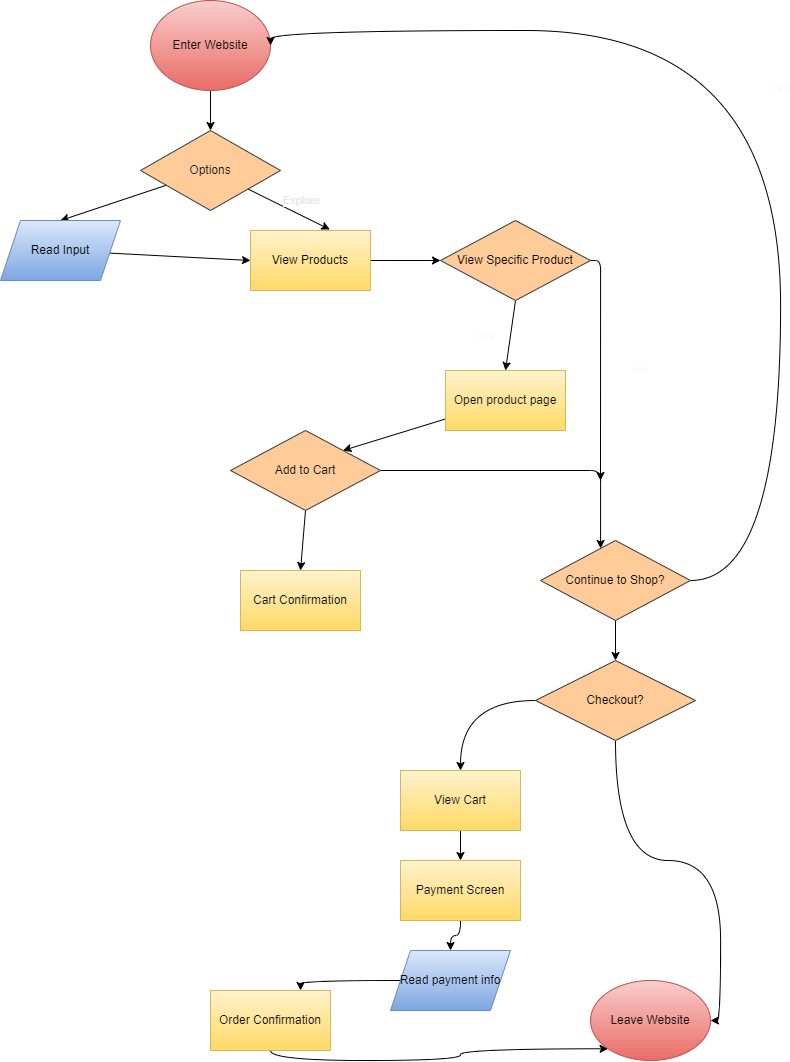
Before: explore/diagramming/diagram.drawio.png, a diagram exported from draw.io (AstralWin/fa22-cse110-lab4). Source tidied: cells renumbered, new cells last; positions are measured from the earlier drawing's top-left corner, leaving out a move shared by most shapes.
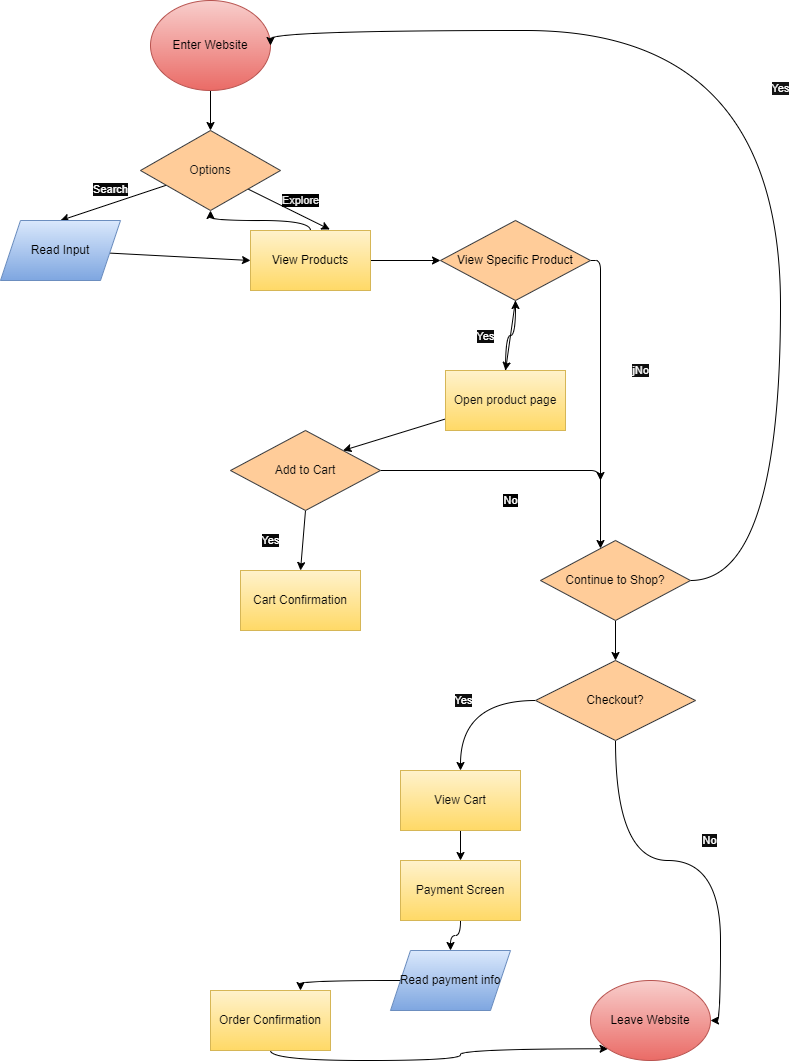
Later version of the same file.

Diff of the diagram source:
```diff
@@ -2,37 +2,40 @@
   <root>
     <mxCell id="0" />
     <mxCell id="1" parent="0" />
-    <mxCell id="2" style="edgeStyle=none;html=1;fontColor=#141414;" parent="1" edge="1" source="3" target="6">
+    <mxCell id="2" style="edgeStyle=none;html=1;fontColor=#141414;labelBackgroundColor=#FFFFFF;" parent="1" edge="1" source="3" target="6">
       <mxGeometry relative="1" as="geometry" />
     </mxCell>
     <mxCell id="3" value="Enter Website" style="ellipse;whiteSpace=wrap;html=1;fillColor=#f8cecc;strokeColor=#b85450;gradientColor=#ea6b66;" parent="1" vertex="1">
       <mxGeometry x="150" width="120" height="90" as="geometry" />
     </mxCell>
-    <mxCell id="4" value="&lt;font color=&quot;#ffffff&quot;&gt;Search&lt;/font&gt;" style="edgeStyle=none;html=1;entryX=0.5;entryY=0;entryDx=0;entryDy=0;fontColor=#141414;" parent="1" edge="1" source="6" target="8">
+    <mxCell id="4" value="&lt;font color=&quot;#ffffff&quot;&gt;Search&lt;/font&gt;" style="edgeStyle=none;html=1;entryX=0.5;entryY=0;entryDx=0;entryDy=0;fontColor=#141414;labelBackgroundColor=#080808;" parent="1" edge="1" source="6" target="8">
       <mxGeometry x="-0.02" y="-13" relative="1" as="geometry" />
     </mxCell>
-    <mxCell id="5" value="Explore" style="edgeStyle=none;html=1;entryX=0.661;entryY=-0.017;entryDx=0;entryDy=0;entryPerimeter=0;fontColor=#E8E8E8;" parent="1" edge="1" source="6" target="10">
+    <mxCell id="5" value="Explore" style="edgeStyle=none;html=1;entryX=0.661;entryY=-0.017;entryDx=0;entryDy=0;entryPerimeter=0;fontColor=#E8E8E8;labelBackgroundColor=#000000;" parent="1" edge="1" source="6" target="10">
       <mxGeometry x="0.14" y="13" relative="1" as="geometry" />
     </mxCell>
     <mxCell id="6" value="Options" style="rhombus;whiteSpace=wrap;html=1;fillColor=#ffcc99;strokeColor=#36393d;fontColor=#141414;" parent="1" vertex="1">
       <mxGeometry x="140" y="130" width="140" height="80" as="geometry" />
     </mxCell>
-    <mxCell id="7" style="edgeStyle=none;html=1;entryX=0;entryY=0.5;entryDx=0;entryDy=0;fontColor=#E8E8E8;" parent="1" edge="1" source="8" target="10">
+    <mxCell id="7" style="edgeStyle=none;html=1;entryX=0;entryY=0.5;entryDx=0;entryDy=0;fontColor=#E8E8E8;labelBackgroundColor=#FFFFFF;" parent="1" edge="1" source="8" target="10">
       <mxGeometry relative="1" as="geometry" />
     </mxCell>
     <mxCell id="8" value="Read Input" style="shape=parallelogram;perimeter=parallelogramPerimeter;whiteSpace=wrap;html=1;fixedSize=1;fillColor=#dae8fc;gradientColor=#7ea6e0;strokeColor=#6c8ebf;" parent="1" vertex="1">
       <mxGeometry y="220" width="120" height="60" as="geometry" />
     </mxCell>
-    <mxCell id="9" style="edgeStyle=none;html=1;entryX=0;entryY=0.5;entryDx=0;entryDy=0;fontColor=#000000;" parent="1" edge="1" source="10" target="13">
+    <mxCell id="9" style="edgeStyle=none;html=1;entryX=0;entryY=0.5;entryDx=0;entryDy=0;fontColor=#000000;labelBackgroundColor=#FFFFFF;" parent="1" edge="1" source="10" target="13">
       <mxGeometry relative="1" as="geometry" />
     </mxCell>
+    <mxCell id="35" style="edgeStyle=orthogonalEdgeStyle;curved=1;html=1;labelBackgroundColor=#080808;fontColor=#FFFFFF;" parent="1" edge="1" source="10" target="6">
+      <mxGeometry relative="1" as="geometry" />
+    </mxCell>
     <mxCell id="10" value="View Products" style="rounded=0;whiteSpace=wrap;html=1;fillColor=#fff2cc;strokeColor=#d6b656;gradientColor=#ffd966;fontColor=#000000;" parent="1" vertex="1">
       <mxGeometry x="250" y="230" width="120" height="60" as="geometry" />
     </mxCell>
-    <mxCell id="11" value="Yes" style="edgeStyle=none;html=1;exitX=0.5;exitY=1;exitDx=0;exitDy=0;entryX=0.5;entryY=0;entryDx=0;entryDy=0;fontColor=#FAFAFA;" parent="1" edge="1" source="13" target="15">
+    <mxCell id="11" value="Yes" style="edgeStyle=none;html=1;exitX=0.5;exitY=1;exitDx=0;exitDy=0;entryX=0.5;entryY=0;entryDx=0;entryDy=0;fontColor=#FAFAFA;labelBackgroundColor=#0D0D0D;" parent="1" edge="1" source="13" target="15">
       <mxGeometry x="0.14" y="-25" relative="1" as="geometry" />
     </mxCell>
-    <mxCell id="12" value="jNo" style="html=1;fontColor=#FAFAFA;edgeStyle=orthogonalEdgeStyle;" parent="1" edge="1" source="13">
+    <mxCell id="12" value="jNo" style="html=1;fontColor=#FAFAFA;edgeStyle=orthogonalEdgeStyle;labelBackgroundColor=#0F0F0F;" parent="1" edge="1" source="13">
       <mxGeometry x="0.04" y="40" relative="1" as="geometry">
         <mxPoint x="600" y="480" as="targetPoint" />
       </mxGeometry>
@@ -40,18 +43,21 @@
     <mxCell id="13" value="View Specific Product" style="rhombus;whiteSpace=wrap;html=1;fillColor=#ffcc99;strokeColor=#36393d;fontColor=#000000;" parent="1" vertex="1">
       <mxGeometry x="440" y="220" width="150" height="80" as="geometry" />
     </mxCell>
-    <mxCell id="14" style="edgeStyle=none;html=1;entryX=1;entryY=0;entryDx=0;entryDy=0;fontColor=#0D0D0D;" parent="1" edge="1" source="15" target="18">
+    <mxCell id="14" style="edgeStyle=none;html=1;entryX=1;entryY=0;entryDx=0;entryDy=0;fontColor=#0D0D0D;labelBackgroundColor=#FFFFFF;" parent="1" edge="1" source="15" target="18">
       <mxGeometry relative="1" as="geometry" />
     </mxCell>
+    <mxCell id="36" style="edgeStyle=orthogonalEdgeStyle;curved=1;html=1;labelBackgroundColor=#000000;fontColor=#FFFFFF;" parent="1" edge="1" source="15" target="13">
+      <mxGeometry relative="1" as="geometry" />
+    </mxCell>
     <mxCell id="15" value="Open product page" style="rounded=0;whiteSpace=wrap;html=1;fillColor=#fff2cc;strokeColor=#d6b656;gradientColor=#ffd966;fontColor=#0F0F0F;" parent="1" vertex="1">
       <mxGeometry x="445" y="370" width="120" height="60" as="geometry" />
     </mxCell>
-    <mxCell id="16" value="Yes" style="edgeStyle=none;html=1;exitX=0.5;exitY=1;exitDx=0;exitDy=0;entryX=0.5;entryY=0;entryDx=0;entryDy=0;fontColor=#FFFFFF;" parent="1" edge="1" source="18" target="19">
+    <mxCell id="16" value="Yes" style="edgeStyle=none;html=1;exitX=0.5;exitY=1;exitDx=0;exitDy=0;entryX=0.5;entryY=0;entryDx=0;entryDy=0;fontColor=#FFFFFF;labelBackgroundColor=#080808;" parent="1" edge="1" source="18" target="19">
       <mxGeometry x="0.09" y="-32" relative="1" as="geometry">
         <mxPoint y="1" as="offset" />
       </mxGeometry>
     </mxCell>
-    <mxCell id="17" value="No" style="edgeStyle=orthogonalEdgeStyle;html=1;fontColor=#FFFFFF;" parent="1" edge="1" source="18" target="22">
+    <mxCell id="17" value="No" style="edgeStyle=orthogonalEdgeStyle;html=1;fontColor=#FFFFFF;labelBackgroundColor=#000000;" parent="1" edge="1" source="18" target="22">
       <mxGeometry x="-0.13" y="-30" relative="1" as="geometry">
         <Array as="points">
           <mxPoint x="600" y="470" />
@@ -64,7 +70,7 @@
     <mxCell id="19" value="Cart Confirmation" style="rounded=0;whiteSpace=wrap;html=1;fillColor=#fff2cc;strokeColor=#d6b656;gradientColor=#ffd966;fontColor=#0A0A0A;" parent="1" vertex="1">
       <mxGeometry x="240" y="570" width="120" height="60" as="geometry" />
     </mxCell>
-    <mxCell id="20" value="Yes" style="edgeStyle=orthogonalEdgeStyle;html=1;fontColor=#FAFAFA;curved=1;entryX=1;entryY=0.5;entryDx=0;entryDy=0;" parent="1" edge="1" source="22" target="3">
+    <mxCell id="20" value="Yes" style="edgeStyle=orthogonalEdgeStyle;html=1;fontColor=#FAFAFA;curved=1;entryX=1;entryY=0.5;entryDx=0;entryDy=0;labelBackgroundColor=#141414;" parent="1" edge="1" source="22" target="3">
       <mxGeometry relative="1" as="geometry">
         <Array as="points">
           <mxPoint x="780" y="580" />
@@ -73,40 +79,40 @@
         </Array>
       </mxGeometry>
     </mxCell>
-    <mxCell id="21" style="edgeStyle=orthogonalEdgeStyle;curved=1;html=1;exitX=0.5;exitY=1;exitDx=0;exitDy=0;entryX=0.5;entryY=0;entryDx=0;entryDy=0;fontColor=#000000;" parent="1" edge="1" source="22" target="25">
+    <mxCell id="21" style="edgeStyle=orthogonalEdgeStyle;curved=1;html=1;exitX=0.5;exitY=1;exitDx=0;exitDy=0;entryX=0.5;entryY=0;entryDx=0;entryDy=0;fontColor=#000000;labelBackgroundColor=#FFFFFF;" parent="1" edge="1" source="22" target="25">
       <mxGeometry relative="1" as="geometry" />
     </mxCell>
     <mxCell id="22" value="Continue to Shop?" style="rhombus;whiteSpace=wrap;html=1;fillColor=#ffcc99;strokeColor=#36393d;fontColor=#080808;" parent="1" vertex="1">
       <mxGeometry x="540" y="540" width="150" height="80" as="geometry" />
     </mxCell>
-    <mxCell id="23" value="Yes" style="edgeStyle=orthogonalEdgeStyle;curved=1;html=1;exitX=0;exitY=0.5;exitDx=0;exitDy=0;entryX=0.5;entryY=0;entryDx=0;entryDy=0;fontColor=#FFFFFF;" parent="1" edge="1" source="25" target="27">
+    <mxCell id="23" value="Yes" style="edgeStyle=orthogonalEdgeStyle;curved=1;html=1;exitX=0;exitY=0.5;exitDx=0;exitDy=0;entryX=0.5;entryY=0;entryDx=0;entryDy=0;fontColor=#FFFFFF;labelBackgroundColor=#0F0F0F;" parent="1" edge="1" source="25" target="27">
       <mxGeometry relative="1" as="geometry" />
     </mxCell>
-    <mxCell id="24" value="No" style="edgeStyle=orthogonalEdgeStyle;curved=1;html=1;entryX=1;entryY=0.5;entryDx=0;entryDy=0;fontColor=#FFFFFF;" parent="1" edge="1" source="25" target="34">
+    <mxCell id="24" value="No" style="edgeStyle=orthogonalEdgeStyle;curved=1;html=1;entryX=1;entryY=0.5;entryDx=0;entryDy=0;fontColor=#FFFFFF;labelBackgroundColor=#0D0D0D;" parent="1" edge="1" source="25" target="34">
       <mxGeometry x="0.09" y="20" relative="1" as="geometry" />
     </mxCell>
     <mxCell id="25" value="Checkout?" style="rhombus;whiteSpace=wrap;html=1;fillColor=#ffcc99;strokeColor=#36393d;fontColor=#000000;" parent="1" vertex="1">
       <mxGeometry x="535" y="660" width="160" height="80" as="geometry" />
     </mxCell>
-    <mxCell id="26" style="edgeStyle=orthogonalEdgeStyle;curved=1;html=1;exitX=0.5;exitY=1;exitDx=0;exitDy=0;entryX=0.5;entryY=0;entryDx=0;entryDy=0;fontColor=#0F0F0F;" parent="1" edge="1" source="27" target="29">
+    <mxCell id="26" style="edgeStyle=orthogonalEdgeStyle;curved=1;html=1;exitX=0.5;exitY=1;exitDx=0;exitDy=0;entryX=0.5;entryY=0;entryDx=0;entryDy=0;fontColor=#0F0F0F;labelBackgroundColor=#FFFFFF;" parent="1" edge="1" source="27" target="29">
       <mxGeometry relative="1" as="geometry" />
     </mxCell>
     <mxCell id="27" value="View Cart" style="rounded=0;whiteSpace=wrap;html=1;fillColor=#fff2cc;strokeColor=#d6b656;gradientColor=#ffd966;fontColor=#0D0D0D;" parent="1" vertex="1">
       <mxGeometry x="400" y="770" width="120" height="60" as="geometry" />
     </mxCell>
-    <mxCell id="28" style="edgeStyle=orthogonalEdgeStyle;curved=1;html=1;exitX=0.5;exitY=1;exitDx=0;exitDy=0;entryX=0.5;entryY=0;entryDx=0;entryDy=0;fontColor=#080808;" parent="1" edge="1" source="29" target="31">
+    <mxCell id="28" style="edgeStyle=orthogonalEdgeStyle;curved=1;html=1;exitX=0.5;exitY=1;exitDx=0;exitDy=0;entryX=0.5;entryY=0;entryDx=0;entryDy=0;fontColor=#080808;labelBackgroundColor=#F5F5F5;" parent="1" edge="1" source="29" target="31">
       <mxGeometry relative="1" as="geometry" />
     </mxCell>
     <mxCell id="29" value="Payment Screen" style="rounded=0;whiteSpace=wrap;html=1;fillColor=#fff2cc;gradientColor=#ffd966;strokeColor=#d6b656;fontColor=#0F0F0F;" parent="1" vertex="1">
       <mxGeometry x="400" y="860" width="120" height="60" as="geometry" />
     </mxCell>
-    <mxCell id="30" style="edgeStyle=orthogonalEdgeStyle;curved=1;html=1;entryX=0.75;entryY=0;entryDx=0;entryDy=0;fontColor=#0A0A0A;" parent="1" edge="1" source="31" target="33">
+    <mxCell id="30" style="edgeStyle=orthogonalEdgeStyle;curved=1;html=1;entryX=0.75;entryY=0;entryDx=0;entryDy=0;fontColor=#0A0A0A;labelBackgroundColor=#FFFFFF;" parent="1" edge="1" source="31" target="33">
       <mxGeometry relative="1" as="geometry" />
     </mxCell>
     <mxCell id="31" value="Read payment info" style="shape=parallelogram;perimeter=parallelogramPerimeter;whiteSpace=wrap;html=1;fixedSize=1;fillColor=#dae8fc;gradientColor=#7ea6e0;strokeColor=#6c8ebf;fontColor=#080808;" parent="1" vertex="1">
       <mxGeometry x="390" y="950" width="120" height="60" as="geometry" />
     </mxCell>
-    <mxCell id="32" style="edgeStyle=orthogonalEdgeStyle;curved=1;html=1;exitX=0.5;exitY=1;exitDx=0;exitDy=0;entryX=0;entryY=1;entryDx=0;entryDy=0;fontColor=#000000;" parent="1" edge="1" source="33" target="34">
+    <mxCell id="32" style="edgeStyle=orthogonalEdgeStyle;curved=1;html=1;exitX=0.5;exitY=1;exitDx=0;exitDy=0;entryX=0;entryY=1;entryDx=0;entryDy=0;fontColor=#000000;labelBackgroundColor=#F5F5F5;" parent="1" edge="1" source="33" target="34">
       <mxGeometry relative="1" as="geometry" />
     </mxCell>
     <mxCell id="33" value="Order Confirmation" style="rounded=0;whiteSpace=wrap;html=1;fillColor=#fff2cc;gradientColor=#ffd966;strokeColor=#d6b656;fontColor=#0A0A0A;" parent="1" vertex="1">
```
